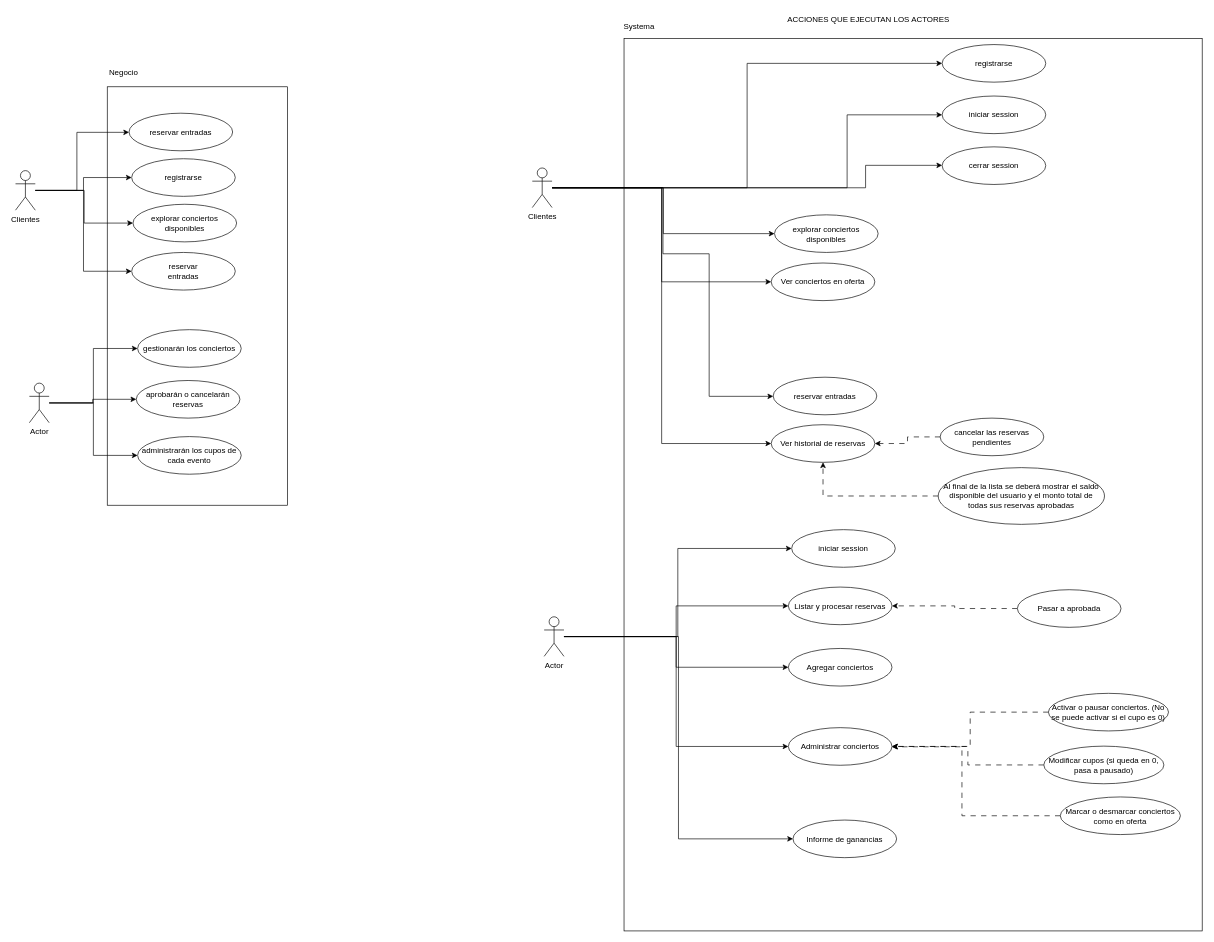
This is ProductoraMelodyKey.drawio from SergioArgente/Obligatorio.-Programaci-n-1, a draw.io file, before an edit. Source tidied: cells renumbered, new cells numbered last; positions are measured from the earlier drawing's top-left corner, leaving out a move shared by most shapes. Both pictures are drawn from the tidied source at 66%, with x=0, y=0 at pixel (15, 11).
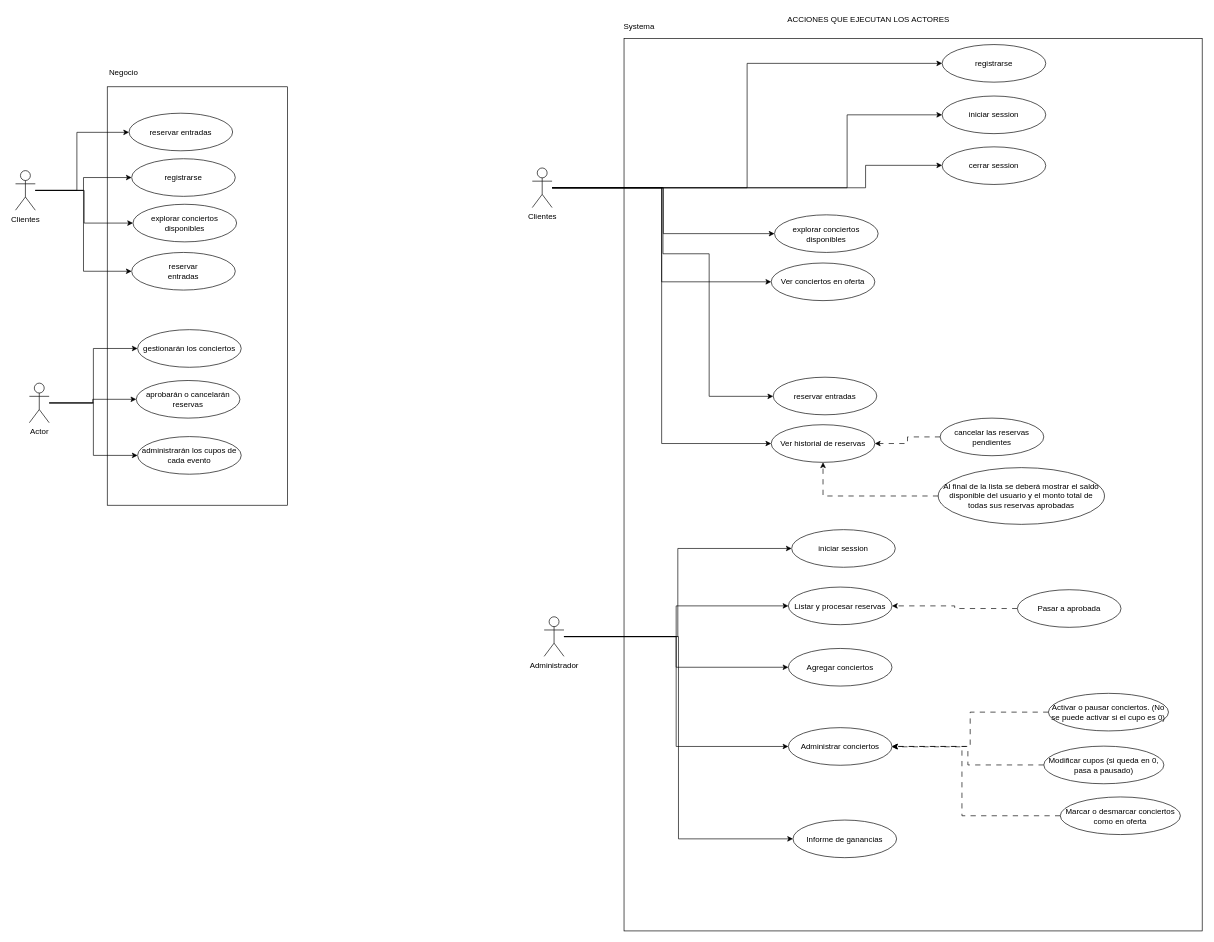
Above is the later version.

What changed in the source:
```diff
@@
-    <mxCell id="36" value="Actor" style="shape=umlActor;verticalLabelPosition=bottom;verticalAlign=top;html=1;outlineConnect=0;" parent="1" vertex="1">
+    <mxCell id="36" value="Administrador" style="shape=umlActor;verticalLabelPosition=bottom;verticalAlign=top;html=1;outlineConnect=0;" parent="1" vertex="1">
       <mxGeometry x="801" y="917" width="30" height="60" as="geometry" />
     </mxCell>
```
